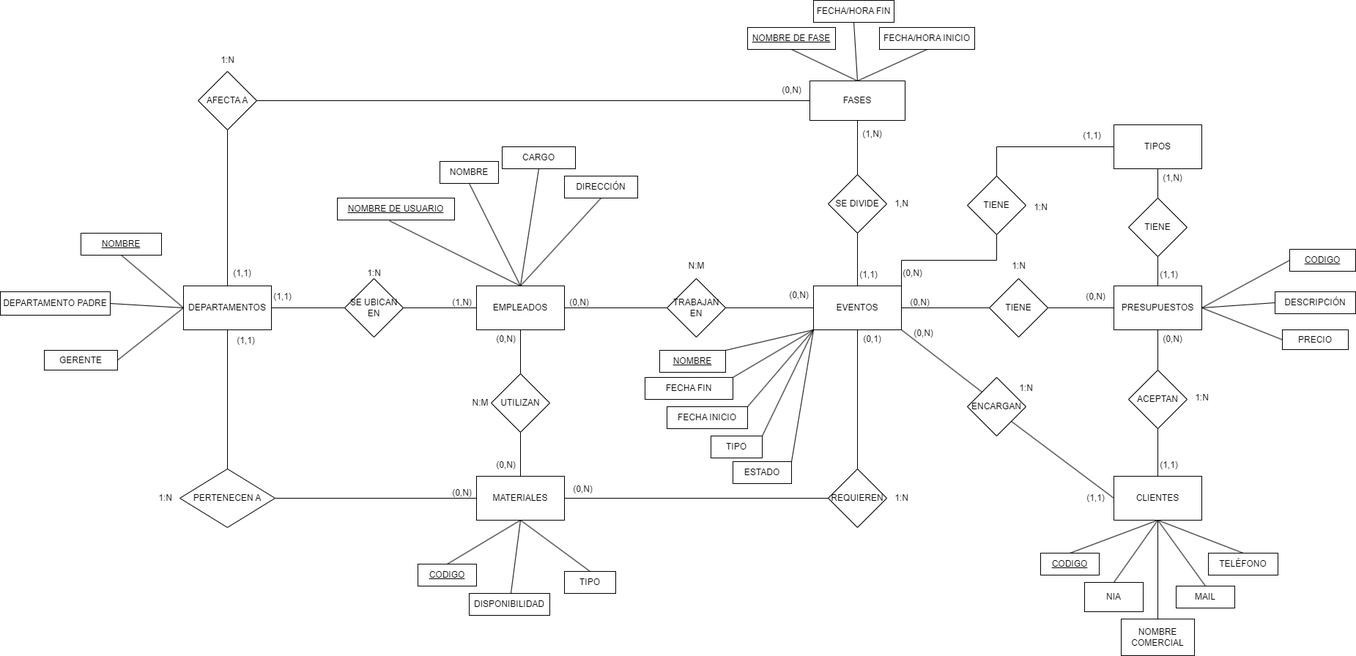
Earlier version of the draw.io export docs/img/ENTIDAD-RELACION.drawio.png (Argueth/Argueth.github.io). Source tidied: cells renumbered, new cells last; positions are measured from the earlier drawing's top-left corner, leaving out a move shared by most shapes.
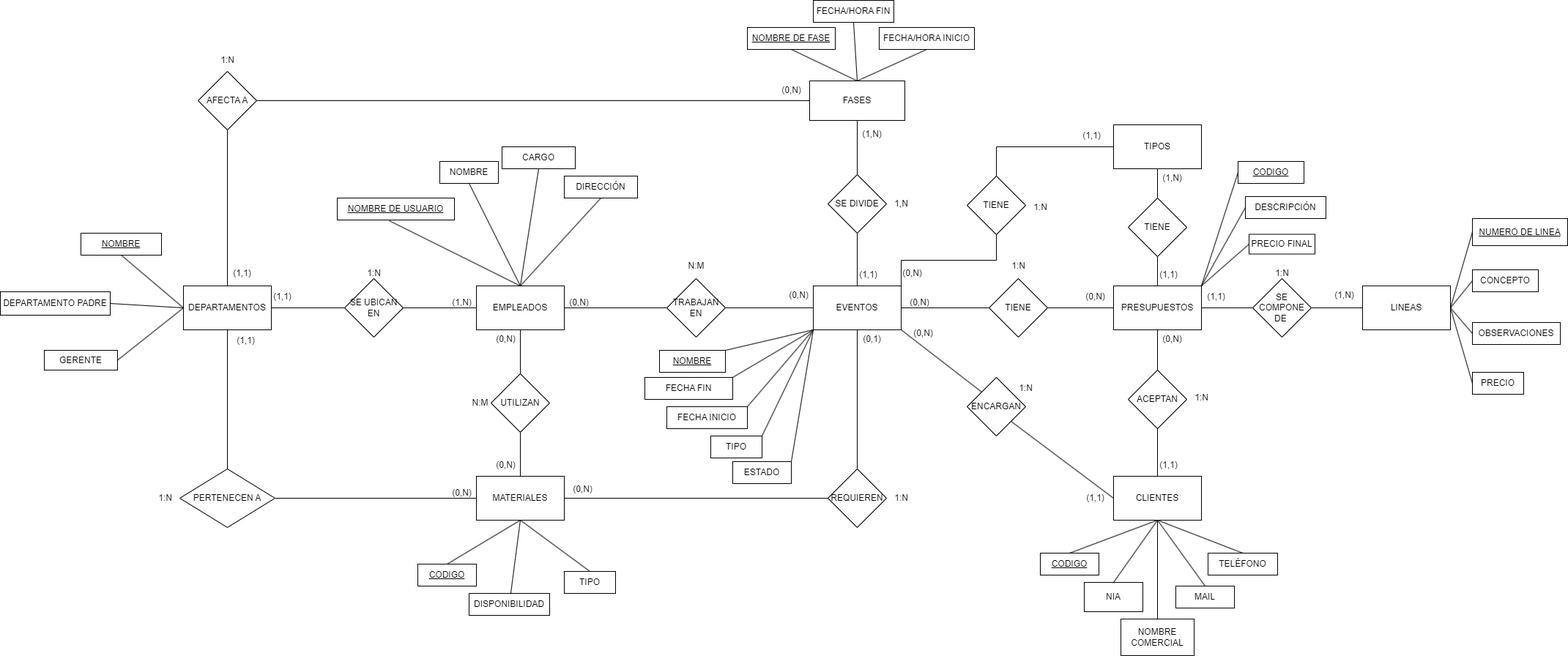
Later version of the same file.

Change to the diagram source:
```diff
@@ -256,15 +256,18 @@
     <mxCell id="84" value="TIENE" style="rhombus;whiteSpace=wrap;html=1;" parent="1" vertex="1">
       <mxGeometry x="1350" y="380" width="80" height="80" as="geometry" />
     </mxCell>
-    <mxCell id="85" style="rounded=0;jettySize=auto;html=1;exitX=1;exitY=0.5;exitDx=0;exitDy=0;entryX=0;entryY=0.5;entryDx=0;entryDy=0;endArrow=none;endFill=0;" parent="1" edge="1" source="88" target="109">
+    <mxCell id="85" style="rounded=0;jettySize=auto;html=1;exitX=1;exitY=0;exitDx=0;exitDy=0;entryX=0;entryY=0.5;entryDx=0;entryDy=0;endArrow=none;endFill=0;" parent="1" edge="1" source="88" target="109">
       <mxGeometry relative="1" as="geometry" />
     </mxCell>
-    <mxCell id="86" style="rounded=0;jettySize=auto;html=1;exitX=1;exitY=0.5;exitDx=0;exitDy=0;entryX=0;entryY=0.5;entryDx=0;entryDy=0;endArrow=none;endFill=0;" parent="1" edge="1" source="88" target="110">
+    <mxCell id="86" style="rounded=0;jettySize=auto;html=1;exitX=1;exitY=0;exitDx=0;exitDy=0;entryX=0;entryY=0.5;entryDx=0;entryDy=0;endArrow=none;endFill=0;" parent="1" edge="1" source="88" target="110">
       <mxGeometry relative="1" as="geometry" />
     </mxCell>
-    <mxCell id="87" style="rounded=0;jettySize=auto;html=1;exitX=1;exitY=0.5;exitDx=0;exitDy=0;entryX=0;entryY=0.5;entryDx=0;entryDy=0;endArrow=none;endFill=0;" parent="1" edge="1" source="88" target="111">
+    <mxCell id="87" style="rounded=0;jettySize=auto;html=1;exitX=1;exitY=0;exitDx=0;exitDy=0;entryX=0;entryY=0.5;entryDx=0;entryDy=0;endArrow=none;endFill=0;" parent="1" edge="1" source="88" target="111">
       <mxGeometry relative="1" as="geometry" />
     </mxCell>
+    <mxCell id="133" style="edgeStyle=orthogonalEdgeStyle;rounded=0;jettySize=auto;html=1;exitX=1;exitY=0.5;exitDx=0;exitDy=0;entryX=0;entryY=0.5;entryDx=0;entryDy=0;endArrow=none;endFill=0;" parent="1" edge="1" source="88" target="141">
+      <mxGeometry relative="1" as="geometry" />
+    </mxCell>
     <mxCell id="88" value="PRESUPUESTOS" style="rounded=0;whiteSpace=wrap;html=1;" parent="1" vertex="1">
       <mxGeometry x="1520" y="390" width="120" height="60" as="geometry" />
     </mxCell>
@@ -329,13 +332,13 @@
       <mxGeometry x="970" y="595" width="70" height="30" as="geometry" />
     </mxCell>
     <mxCell id="109" value="&lt;u&gt;CODIGO&lt;/u&gt;" style="rounded=0;whiteSpace=wrap;html=1;" parent="1" vertex="1">
-      <mxGeometry x="1760" y="340" width="90" height="30" as="geometry" />
+      <mxGeometry x="1690" y="220" width="90" height="30" as="geometry" />
     </mxCell>
     <mxCell id="110" value="DESCRIPCIÓN" style="rounded=0;whiteSpace=wrap;html=1;" parent="1" vertex="1">
-      <mxGeometry x="1740" y="398" width="110" height="30" as="geometry" />
+      <mxGeometry x="1700" y="268" width="110" height="30" as="geometry" />
     </mxCell>
-    <mxCell id="111" value="PRECIO" style="rounded=0;whiteSpace=wrap;html=1;" parent="1" vertex="1">
-      <mxGeometry x="1750" y="450" width="90" height="27" as="geometry" />
+    <mxCell id="111" value="PRECIO FINAL" style="rounded=0;whiteSpace=wrap;html=1;" parent="1" vertex="1">
+      <mxGeometry x="1705" y="319.5" width="90" height="27" as="geometry" />
     </mxCell>
     <mxCell id="112" value="&lt;u&gt;CODIGO&lt;/u&gt;" style="rounded=0;whiteSpace=wrap;html=1;" parent="1" vertex="1">
       <mxGeometry x="1420" y="755" width="80" height="30" as="geometry" />
@@ -400,5 +403,50 @@
     <mxCell id="132" value="(1,N)" style="text;html=1;align=center;verticalAlign=middle;strokeColor=none;fillColor=none;" parent="1" vertex="1">
       <mxGeometry x="1575" y="228" width="50" height="30" as="geometry" />
     </mxCell>
+    <mxCell id="134" style="rounded=0;jettySize=auto;html=1;exitX=1;exitY=0.5;exitDx=0;exitDy=0;entryX=0;entryY=0.5;entryDx=0;entryDy=0;endArrow=none;endFill=0;" parent="1" edge="1" source="138" target="148">
+      <mxGeometry relative="1" as="geometry" />
+    </mxCell>
+    <mxCell id="135" style="rounded=0;jettySize=auto;html=1;exitX=1;exitY=0.5;exitDx=0;exitDy=0;entryX=0;entryY=0.5;entryDx=0;entryDy=0;endArrow=none;endFill=0;" parent="1" edge="1" source="138" target="144">
+      <mxGeometry relative="1" as="geometry" />
+    </mxCell>
+    <mxCell id="136" style="rounded=0;jettySize=auto;html=1;exitX=1;exitY=0.5;exitDx=0;exitDy=0;entryX=0;entryY=0.5;entryDx=0;entryDy=0;endArrow=none;endFill=0;" parent="1" edge="1" source="138" target="145">
+      <mxGeometry relative="1" as="geometry" />
+    </mxCell>
+    <mxCell id="137" style="rounded=0;jettySize=auto;html=1;exitX=1;exitY=0.5;exitDx=0;exitDy=0;entryX=0;entryY=0.5;entryDx=0;entryDy=0;endArrow=none;endFill=0;" parent="1" edge="1" source="138" target="146">
+      <mxGeometry relative="1" as="geometry" />
+    </mxCell>
+    <mxCell id="138" value="LINEAS" style="rounded=0;whiteSpace=wrap;html=1;" parent="1" vertex="1">
+      <mxGeometry x="1860" y="390" width="120" height="60" as="geometry" />
+    </mxCell>
+    <mxCell id="139" style="edgeStyle=orthogonalEdgeStyle;rounded=0;orthogonalLoop=1;jettySize=auto;html=1;exitX=0.5;exitY=1;exitDx=0;exitDy=0;" parent="1" edge="1" source="109" target="109">
+      <mxGeometry relative="1" as="geometry" />
+    </mxCell>
+    <mxCell id="140" style="edgeStyle=orthogonalEdgeStyle;rounded=0;jettySize=auto;html=1;exitX=1;exitY=0.5;exitDx=0;exitDy=0;entryX=0;entryY=0.5;entryDx=0;entryDy=0;endArrow=none;endFill=0;" parent="1" edge="1" source="141" target="138">
+      <mxGeometry relative="1" as="geometry" />
+    </mxCell>
+    <mxCell id="141" value="SE COMPONE DE&amp;nbsp;" style="rhombus;whiteSpace=wrap;html=1;" parent="1" vertex="1">
+      <mxGeometry x="1710" y="380" width="80" height="80" as="geometry" />
+    </mxCell>
+    <mxCell id="142" value="(1,N)" style="text;html=1;align=center;verticalAlign=middle;strokeColor=none;fillColor=none;" parent="1" vertex="1">
+      <mxGeometry x="1810" y="388" width="50" height="30" as="geometry" />
+    </mxCell>
+    <mxCell id="143" value="(1,1)" style="text;html=1;align=center;verticalAlign=middle;strokeColor=none;fillColor=none;" parent="1" vertex="1">
+      <mxGeometry x="1635" y="390" width="50" height="30" as="geometry" />
+    </mxCell>
+    <mxCell id="144" value="CONCEPTO" style="rounded=0;whiteSpace=wrap;html=1;" parent="1" vertex="1">
+      <mxGeometry x="2010" y="368" width="90" height="30" as="geometry" />
+    </mxCell>
+    <mxCell id="145" value="OBSERVACIONES" style="rounded=0;whiteSpace=wrap;html=1;" parent="1" vertex="1">
+      <mxGeometry x="2010" y="440" width="120" height="30" as="geometry" />
+    </mxCell>
+    <mxCell id="146" value="PRECIO" style="rounded=0;whiteSpace=wrap;html=1;" parent="1" vertex="1">
+      <mxGeometry x="2010" y="508" width="70" height="30" as="geometry" />
+    </mxCell>
+    <mxCell id="147" value="1:N" style="text;html=1;align=center;verticalAlign=middle;strokeColor=none;fillColor=none;" parent="1" vertex="1">
+      <mxGeometry x="1730" y="358" width="40" height="30" as="geometry" />
+    </mxCell>
+    <mxCell id="148" value="&lt;u&gt;NUMERO DE LINEA&lt;/u&gt;" style="rounded=0;whiteSpace=wrap;html=1;" parent="1" vertex="1">
+      <mxGeometry x="2010" y="298" width="130" height="37" as="geometry" />
+    </mxCell>
   </root>
 </mxGraphModel>
```
